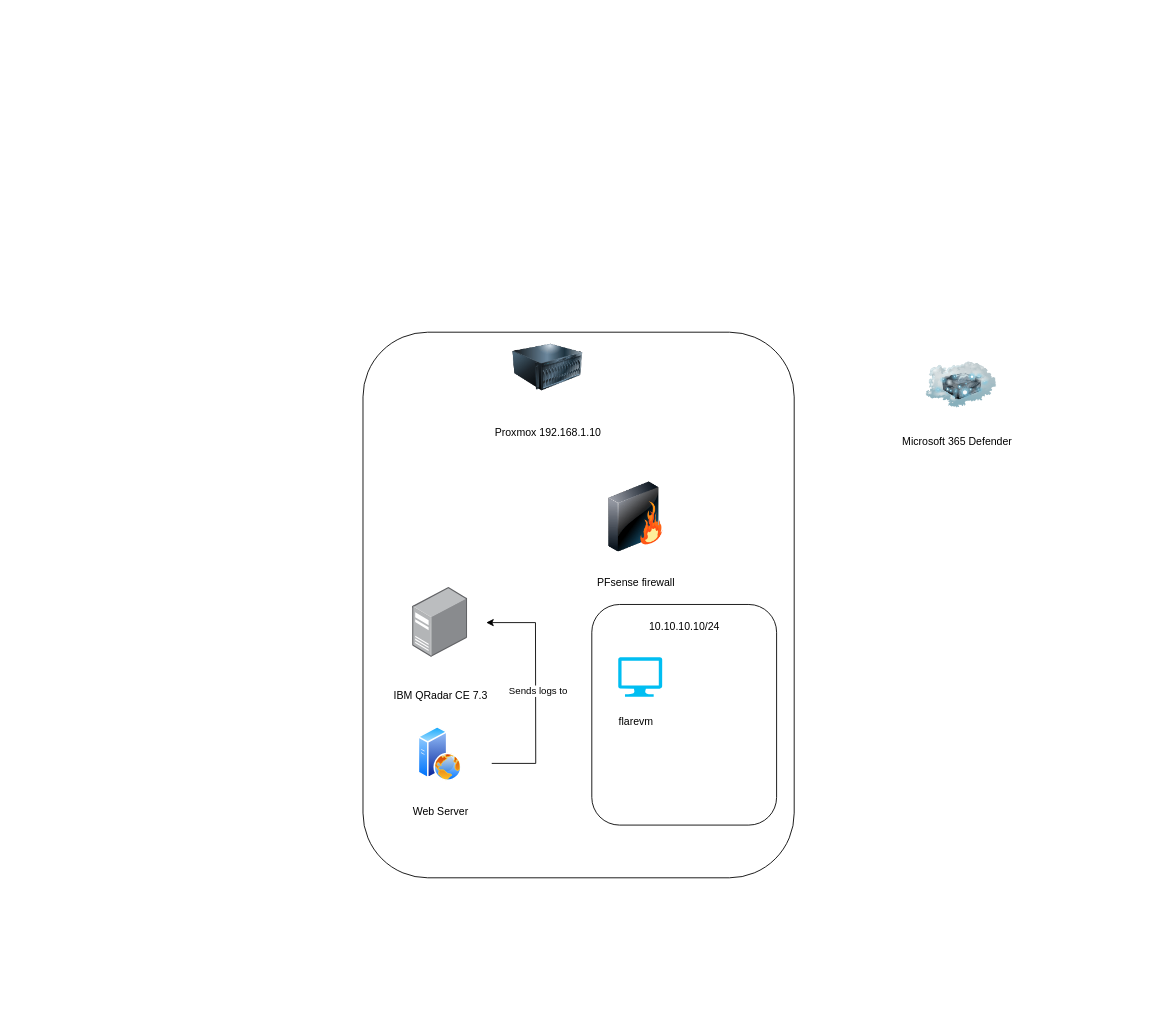
MarkCardiff1234/test keeps this draw.io diagram as homelab.drawio. Above is the earlier version. Source tidied: cells renumbered, new cells numbered last; positions are measured from the earlier drawing's top-left corner, leaving out a move shared by most shapes. Both pictures are drawn from the tidied source at 88%, with x=0, y=0 at pixel (363, 332).
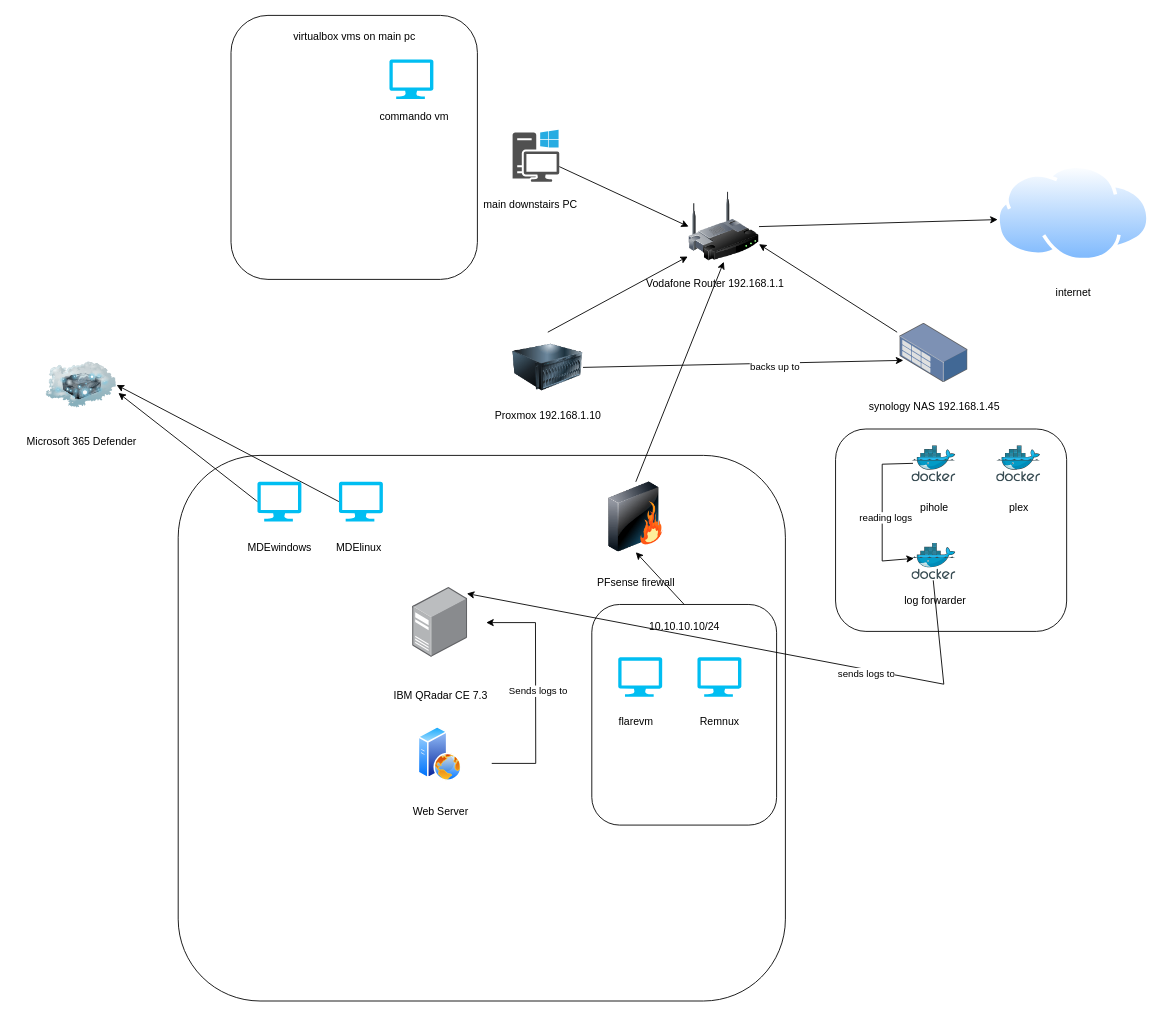
The same diagram, later.

Unchanged cells that the change refers to:
```xml
<mxCell id="2" style="image;points=[];html=1;align=center;shadow=0;dashed=0;image=img/lib/allied_telesis/computer_and_terminals/Server_Desktop.svg;" parent="1" vertex="1">
  <mxGeometry x="56.3" y="290" width="62.6" height="79.3" as="geometry" />
</mxCell>
<mxCell id="10" style="image;html=1;image=img/lib/clip_art/networking/Firewall_128x128.png;" parent="1" vertex="1">
  <mxGeometry x="270" y="170" width="80" height="80" as="geometry" />
</mxCell>
<mxCell id="12" style="image;html=1;image=img/lib/clip_art/computers/Server_128x128.png;" parent="1" vertex="1">
  <mxGeometry x="170" width="80" height="80" as="geometry" />
</mxCell>
<mxCell id="15" style="rounded=1;whiteSpace=wrap;html=1;fillColor=none;" parent="1" vertex="1">
  <mxGeometry x="260" y="309.4" width="210" height="250.7" as="geometry" />
</mxCell>
```

What changed in the source:
```diff
@@
     <mxCell id="4" style="image;html=1;image=img/lib/clip_art/networking/Cloud_Server_128x128.png;" parent="1" vertex="1">
-      <mxGeometry x="640" y="20" width="80" height="80" as="geometry" />
+      <mxGeometry x="-360" y="20" width="80" height="80" as="geometry" />
     </mxCell>
     <mxCell id="5" value="&lt;div&gt;Microsoft 365 Defender&lt;/div&gt;" style="text;html=1;align=center;verticalAlign=middle;strokeColor=none;fillColor=none;" parent="1" vertex="1">
-      <mxGeometry x="600" y="110" width="150" height="30" as="geometry" />
+      <mxGeometry x="-395" y="110" width="150" height="30" as="geometry" />
     </mxCell>
@@
     <mxCell id="13" value="Proxmox 192.168.1.10" style="text;html=1;align=center;verticalAlign=middle;strokeColor=none;fillColor=none;" parent="1" vertex="1">
-      <mxGeometry x="135" y="100" width="150" height="30" as="geometry" />
+      <mxGeometry x="135" y="80" width="150" height="30" as="geometry" />
     </mxCell>
     <mxCell id="14" style="rounded=1;whiteSpace=wrap;html=1;fillColor=none;" parent="1" vertex="1">
-      <mxGeometry width="490" height="620" as="geometry" />
+      <mxGeometry x="-210" y="140" width="690" height="620" as="geometry" />
     </mxCell>
@@
+    <mxCell id="19" style="image;perimeter=ellipsePerimeter;html=1;align=center;shadow=0;dashed=0;spacingTop=3;image=img/lib/active_directory/internet_cloud.svg;" parent="1" vertex="1">
+      <mxGeometry x="720" y="-190" width="174.6" height="110" as="geometry" />
+    </mxCell>
+    <mxCell id="20" value="internet" style="text;html=1;align=center;verticalAlign=middle;strokeColor=none;fillColor=none;" parent="1" vertex="1">
+      <mxGeometry x="777.3" y="-60" width="60" height="30" as="geometry" />
+    </mxCell>
+    <mxCell id="21" style="endArrow=classic;html=1;rounded=0;exitX=0.5;exitY=0;exitDx=0;exitDy=0;entryX=0.5;entryY=1;entryDx=0;entryDy=0;" parent="1" edge="1" source="15" target="10">
+      <mxGeometry relative="1" as="geometry" />
+    </mxCell>
+    <mxCell id="22" style="endArrow=classic;html=1;rounded=0;exitX=0.5;exitY=0;exitDx=0;exitDy=0;entryX=0.5;entryY=1;entryDx=0;entryDy=0;" parent="1" edge="1" source="10" target="23">
+      <mxGeometry relative="1" as="geometry" />
+    </mxCell>
+    <mxCell id="23" style="image;html=1;image=img/lib/clip_art/networking/Wireless_Router_128x128.png;" parent="1" vertex="1">
+      <mxGeometry x="370" y="-160" width="80" height="80" as="geometry" />
+    </mxCell>
+    <mxCell id="24" value="Vodafone Router 192.168.1.1" style="text;html=1;align=center;verticalAlign=middle;strokeColor=none;fillColor=none;" parent="1" vertex="1">
+      <mxGeometry x="310" y="-70" width="180" height="30" as="geometry" />
+    </mxCell>
+    <mxCell id="25" style="endArrow=classic;html=1;rounded=0;entryX=0.007;entryY=0.564;entryDx=0;entryDy=0;entryPerimeter=0;exitX=1;exitY=0.5;exitDx=0;exitDy=0;" parent="1" edge="1" source="23" target="19">
+      <mxGeometry relative="1" as="geometry" />
+    </mxCell>
+    <mxCell id="26" style="endArrow=classic;html=1;rounded=0;entryX=-0.012;entryY=0.925;entryDx=0;entryDy=0;exitX=0.5;exitY=0;exitDx=0;exitDy=0;entryPerimeter=0;" parent="1" edge="1" source="12" target="23">
+      <mxGeometry relative="1" as="geometry" />
+    </mxCell>
+    <mxCell id="27" style="verticalLabelPosition=bottom;html=1;verticalAlign=top;align=center;strokeColor=none;fillColor=#00BEF2;shape=mxgraph.azure.computer;" parent="1" vertex="1">
+      <mxGeometry x="380" y="369.4" width="50" height="45" as="geometry" />
+    </mxCell>
+    <mxCell id="28" value="&lt;div&gt;Remnux&lt;/div&gt;" style="text;html=1;align=center;verticalAlign=middle;strokeColor=none;fillColor=none;" parent="1" vertex="1">
+      <mxGeometry x="370" y="428" width="70" height="30" as="geometry" />
+    </mxCell>
+    <mxCell id="29" style="sketch=0;shadow=0;dashed=0;html=1;strokeColor=none;fillColor=#505050;labelPosition=center;verticalLabelPosition=bottom;verticalAlign=top;outlineConnect=0;align=center;shape=mxgraph.office.devices.workstation_pc;" parent="1" vertex="1">
+      <mxGeometry x="170" y="-230" width="53" height="59" as="geometry" />
+    </mxCell>
+    <mxCell id="30" value="main downstairs PC" style="text;html=1;align=center;verticalAlign=middle;strokeColor=none;fillColor=none;" parent="1" vertex="1">
+      <mxGeometry x="120" y="-160" width="140" height="30" as="geometry" />
+    </mxCell>
+    <mxCell id="31" style="endArrow=classic;html=1;rounded=0;entryX=0;entryY=0.5;entryDx=0;entryDy=0;" parent="1" edge="1" source="29" target="23">
+      <mxGeometry relative="1" as="geometry" />
+    </mxCell>
+    <mxCell id="32" style="rounded=1;whiteSpace=wrap;html=1;fillColor=none;" parent="1" vertex="1">
+      <mxGeometry x="-150" y="-360" width="280" height="300" as="geometry" />
+    </mxCell>
+    <mxCell id="33" value="&lt;div&gt;virtualbox vms on main pc&lt;/div&gt;" style="text;html=1;align=center;verticalAlign=middle;strokeColor=none;fillColor=none;" parent="1" vertex="1">
+      <mxGeometry x="-90" y="-350" width="160" height="30" as="geometry" />
+    </mxCell>
+    <mxCell id="34" style="verticalLabelPosition=bottom;html=1;verticalAlign=top;align=center;strokeColor=none;fillColor=#00BEF2;shape=mxgraph.azure.computer;" parent="1" vertex="1">
+      <mxGeometry x="30" y="-310" width="50" height="45" as="geometry" />
+    </mxCell>
+    <mxCell id="35" value="commando vm" style="text;html=1;align=center;verticalAlign=middle;strokeColor=none;fillColor=none;" parent="1" vertex="1">
+      <mxGeometry x="2.6" y="-260" width="110" height="30" as="geometry" />
+    </mxCell>
+    <mxCell id="36" style="verticalLabelPosition=bottom;html=1;verticalAlign=top;align=center;strokeColor=none;fillColor=#00BEF2;shape=mxgraph.azure.computer;" parent="1" vertex="1">
+      <mxGeometry x="-120" y="170" width="50" height="45" as="geometry" />
+    </mxCell>
+    <mxCell id="37" value="MDEwindows" style="text;html=1;align=center;verticalAlign=middle;strokeColor=none;fillColor=none;" parent="1" vertex="1">
+      <mxGeometry x="-145" y="230" width="100" height="30" as="geometry" />
+    </mxCell>
+    <mxCell id="38" style="verticalLabelPosition=bottom;html=1;verticalAlign=top;align=center;strokeColor=none;fillColor=#00BEF2;shape=mxgraph.azure.computer;" parent="1" vertex="1">
+      <mxGeometry x="-27.4" y="170" width="50" height="45" as="geometry" />
+    </mxCell>
+    <mxCell id="39" value="MDElinux" style="text;html=1;align=center;verticalAlign=middle;strokeColor=none;fillColor=none;" parent="1" vertex="1">
+      <mxGeometry x="-40" y="230" width="70" height="30" as="geometry" />
+    </mxCell>
+    <mxCell id="40" style="endArrow=classic;html=1;rounded=0;exitX=0;exitY=0.5;exitDx=0;exitDy=0;exitPerimeter=0;entryX=1.025;entryY=0.613;entryDx=0;entryDy=0;entryPerimeter=0;" parent="1" edge="1" source="36" target="4">
+      <mxGeometry relative="1" as="geometry" />
+    </mxCell>
+    <mxCell id="41" style="endArrow=classic;html=1;rounded=0;exitX=0;exitY=0.5;exitDx=0;exitDy=0;exitPerimeter=0;entryX=1;entryY=0.5;entryDx=0;entryDy=0;" parent="1" edge="1" source="38" target="4">
+      <mxGeometry relative="1" as="geometry" />
+    </mxCell>
+    <mxCell id="42" style="image;points=[];html=1;align=center;shadow=0;dashed=0;image=img/lib/allied_telesis/storage/Datacenter_Server_Rack_Storage_Unit_Small.svg;" parent="1" vertex="1">
+      <mxGeometry x="610" y="-10" width="77.4" height="67.2" as="geometry" />
+    </mxCell>
+    <mxCell id="43" value="synology NAS 192.168.1.45" style="text;html=1;align=center;verticalAlign=middle;strokeColor=none;fillColor=none;" parent="1" vertex="1">
+      <mxGeometry x="563.7" y="70" width="170" height="30" as="geometry" />
+    </mxCell>
+    <mxCell id="44" style="image;sketch=0;html=1;points=[];align=center;fontSize=12;image=img/lib/mscae/Docker.svg;" parent="1" vertex="1">
+      <mxGeometry x="623.7" y="129" width="50" height="41" as="geometry" />
+    </mxCell>
+    <mxCell id="45" value="pihole" style="text;html=1;align=center;verticalAlign=middle;strokeColor=none;fillColor=none;" parent="1" vertex="1">
+      <mxGeometry x="618.7" y="185" width="60" height="30" as="geometry" />
+    </mxCell>
+    <mxCell id="46" style="image;sketch=0;html=1;align=center;fontSize=12;image=img/lib/mscae/Docker.svg;" parent="1" vertex="1">
+      <mxGeometry x="720" y="129" width="50" height="41" as="geometry" />
+    </mxCell>
+    <mxCell id="47" value="plex" style="text;html=1;align=center;verticalAlign=middle;strokeColor=none;fillColor=none;" parent="1" vertex="1">
+      <mxGeometry x="720" y="185" width="50" height="30" as="geometry" />
+    </mxCell>
+    <mxCell id="48" style="image;sketch=0;html=1;points=[];align=center;fontSize=12;image=img/lib/mscae/Docker.svg;" parent="1" vertex="1">
+      <mxGeometry x="623.7" y="240" width="50" height="41" as="geometry" />
+    </mxCell>
+    <mxCell id="49" value="log forwarder" style="text;html=1;align=center;verticalAlign=middle;strokeColor=none;fillColor=none;" parent="1" vertex="1">
+      <mxGeometry x="600" y="290" width="100" height="30" as="geometry" />
+    </mxCell>
+    <mxCell id="50" style="rounded=1;whiteSpace=wrap;html=1;fillColor=none;" parent="1" vertex="1">
+      <mxGeometry x="537" y="110" width="262.6" height="230" as="geometry" />
+    </mxCell>
+    <mxCell id="51" style="endArrow=classic;html=1;rounded=0;exitX=0.026;exitY=0.488;exitDx=0;exitDy=0;exitPerimeter=0;entryX=0.046;entryY=0.415;entryDx=0;entryDy=0;entryPerimeter=0;" parent="1" edge="1" source="44" target="48">
+      <mxGeometry relative="1" as="geometry">
+        <Array as="points">
+          <mxPoint x="590" y="150" />
+          <mxPoint x="590" y="260" />
+        </Array>
+      </mxGeometry>
+    </mxCell>
+    <mxCell id="52" value="reading logs" style="edgeLabel;html=1;align=center;verticalAlign=middle;" parent="51" vertex="1">
+      <mxGeometry x="0.06" y="3" relative="1" as="geometry" />
+    </mxCell>
+    <mxCell id="53" style="endArrow=classic;html=1;rounded=0;exitX=0.486;exitY=1.024;exitDx=0;exitDy=0;exitPerimeter=0;entryX=0.986;entryY=0.088;entryDx=0;entryDy=0;entryPerimeter=0;" parent="1" edge="1" source="48" target="2">
+      <mxGeometry relative="1" as="geometry">
+        <Array as="points">
+          <mxPoint x="660" y="400" />
+        </Array>
+      </mxGeometry>
+    </mxCell>
+    <mxCell id="54" value="sends logs to" style="edgeLabel;html=1;align=center;verticalAlign=middle;" parent="53" vertex="1">
+      <mxGeometry x="-0.38" y="4" relative="1" as="geometry" />
+    </mxCell>
+    <mxCell id="55" style="endArrow=classic;html=1;rounded=0;exitX=1;exitY=0.5;exitDx=0;exitDy=0;entryX=0.052;entryY=0.625;entryDx=0;entryDy=0;entryPerimeter=0;" parent="1" edge="1" source="12" target="42">
+      <mxGeometry relative="1" as="geometry" />
+    </mxCell>
+    <mxCell id="56" value="backs up to" style="edgeLabel;html=1;align=center;verticalAlign=middle;" parent="55" vertex="1">
+      <mxGeometry x="0.19" y="-3" relative="1" as="geometry" />
+    </mxCell>
+    <mxCell id="57" style="endArrow=classic;html=1;rounded=0;entryX=1;entryY=0.75;entryDx=0;entryDy=0;exitX=-0.039;exitY=0.149;exitDx=0;exitDy=0;exitPerimeter=0;" parent="1" edge="1" source="42" target="23">
+      <mxGeometry relative="1" as="geometry" />
+    </mxCell>
```
